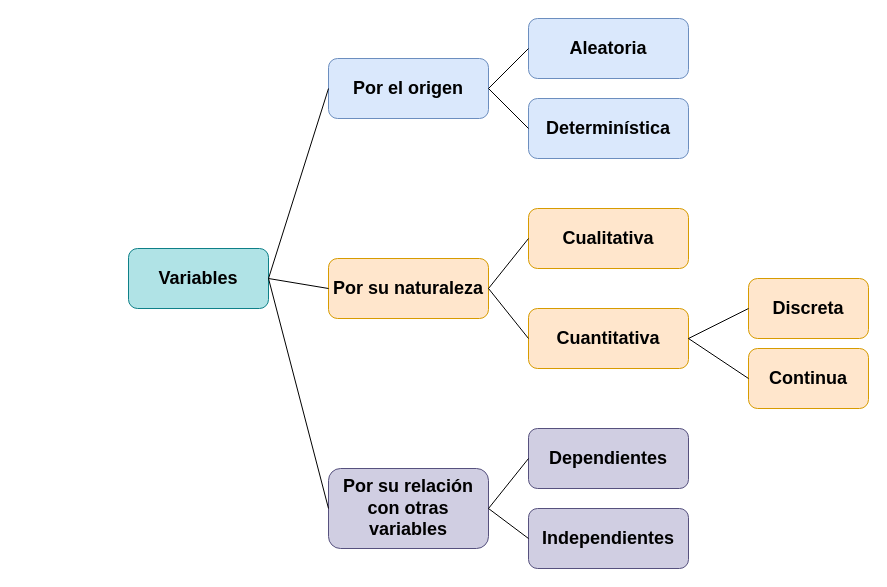
Earlier version of the draw.io diagram docs/img/variable1.drawio (dgonxalex80/metodosySIM1). Source tidied: cells renumbered, new cells numbered last; positions are measured from the earlier drawing's top-left corner, leaving out a move shared by most shapes. Both pictures are drawn from the tidied source at 100%, with x=0, y=0 at pixel (128, 18).
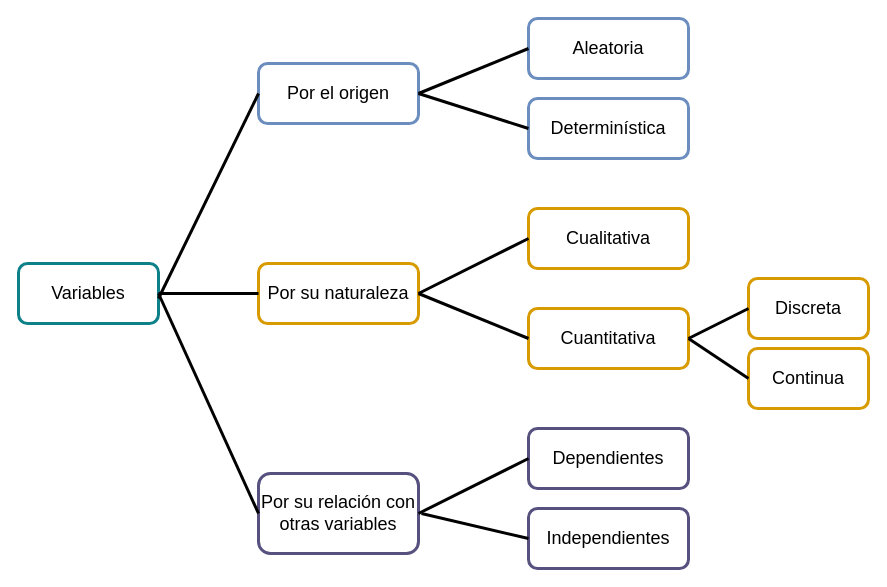
The same page after the edit.

What changed in the source:
```diff
@@
-    <mxCell id="2" value="&lt;b&gt;&lt;font style=&quot;font-size: 18px&quot;&gt;Variables&lt;/font&gt;&lt;/b&gt;" style="rounded=1;whiteSpace=wrap;html=1;labelBackgroundColor=none;fontFamily=Barlow SemiCondensed;fontSize=14;fillColor=#b0e3e6;strokeColor=#0e8088;" parent="1" vertex="1">
-      <mxGeometry y="230" width="140" height="60" as="geometry" />
+    <mxCell id="2" value="&lt;span&gt;&lt;font style=&quot;font-size: 18px&quot;&gt;Variables&lt;/font&gt;&lt;/span&gt;" style="rounded=1;whiteSpace=wrap;html=1;labelBackgroundColor=none;fontFamily=Helvetica;fontSize=14;fillColor=none;strokeColor=#0e8088;strokeWidth=3;fontStyle=0;" parent="1" vertex="1">
+      <mxGeometry x="-110" y="245" width="140" height="60" as="geometry" />
     </mxCell>
-    <mxCell id="3" value="&lt;font style=&quot;font-size: 18px&quot;&gt;&lt;b&gt;Por el origen&lt;/b&gt;&lt;/font&gt;" style="rounded=1;whiteSpace=wrap;html=1;labelBackgroundColor=none;fontFamily=Barlow SemiCondensed;fontSize=14;fillColor=#dae8fc;strokeColor=#6c8ebf;" parent="1" vertex="1">
-      <mxGeometry x="200" y="40" width="160" height="60" as="geometry" />
+    <mxCell id="3" value="&lt;font style=&quot;font-size: 18px&quot;&gt;&lt;span&gt;Por el origen&lt;/span&gt;&lt;/font&gt;" style="rounded=1;whiteSpace=wrap;html=1;labelBackgroundColor=none;fontFamily=Helvetica;fontSize=14;fillColor=none;strokeColor=#6c8ebf;strokeWidth=3;fontStyle=0;" parent="1" vertex="1">
+      <mxGeometry x="130" y="45" width="160" height="60" as="geometry" />
     </mxCell>
-    <mxCell id="4" value="&lt;b&gt;&lt;font style=&quot;font-size: 18px&quot;&gt;Aleatoria&lt;/font&gt;&lt;/b&gt;" style="rounded=1;whiteSpace=wrap;html=1;labelBackgroundColor=none;fontFamily=Barlow SemiCondensed;fontSize=14;fillColor=#dae8fc;strokeColor=#6c8ebf;" parent="1" vertex="1">
+    <mxCell id="4" value="&lt;span&gt;&lt;font style=&quot;font-size: 18px&quot;&gt;Aleatoria&lt;/font&gt;&lt;/span&gt;" style="rounded=1;whiteSpace=wrap;html=1;labelBackgroundColor=none;fontFamily=Helvetica;fontSize=14;fillColor=none;strokeColor=#6c8ebf;strokeWidth=3;fontStyle=0;" parent="1" vertex="1">
       <mxGeometry x="400" width="160" height="60" as="geometry" />
     </mxCell>
-    <mxCell id="5" value="Determinística" style="rounded=1;whiteSpace=wrap;html=1;labelBackgroundColor=none;fontFamily=Barlow SemiCondensed;fontSize=18;fillColor=#dae8fc;strokeColor=#6c8ebf;fontStyle=1;" parent="1" vertex="1">
+    <mxCell id="5" value="Determinística" style="rounded=1;whiteSpace=wrap;html=1;labelBackgroundColor=none;fontFamily=Helvetica;fontSize=18;fillColor=none;strokeColor=#6c8ebf;fontStyle=0;strokeWidth=3;" parent="1" vertex="1">
       <mxGeometry x="400" y="80" width="160" height="60" as="geometry" />
     </mxCell>
-    <mxCell id="6" value="&lt;font style=&quot;font-size: 18px&quot;&gt;&lt;b&gt;Por su naturaleza&lt;/b&gt;&lt;/font&gt;" style="rounded=1;whiteSpace=wrap;html=1;labelBackgroundColor=none;fontFamily=Barlow SemiCondensed;fontSize=14;fillColor=#ffe6cc;strokeColor=#d79b00;" parent="1" vertex="1">
-      <mxGeometry x="200" y="240" width="160" height="60" as="geometry" />
+    <mxCell id="6" value="&lt;font style=&quot;font-size: 18px&quot;&gt;&lt;span&gt;Por su naturaleza&lt;/span&gt;&lt;/font&gt;" style="rounded=1;whiteSpace=wrap;html=1;labelBackgroundColor=none;fontFamily=Helvetica;fontSize=14;fillColor=none;strokeColor=#d79b00;strokeWidth=3;fontStyle=0;" parent="1" vertex="1">
+      <mxGeometry x="130" y="245" width="160" height="60" as="geometry" />
     </mxCell>
-    <mxCell id="7" value="Cualitativa" style="rounded=1;whiteSpace=wrap;html=1;labelBackgroundColor=none;fontFamily=Barlow SemiCondensed;fontSize=18;fillColor=#ffe6cc;strokeColor=#d79b00;fontStyle=1;" parent="1" vertex="1">
+    <mxCell id="7" value="Cualitativa" style="rounded=1;whiteSpace=wrap;html=1;labelBackgroundColor=none;fontFamily=Helvetica;fontSize=18;fillColor=none;strokeColor=#d79b00;fontStyle=0;strokeWidth=3;" parent="1" vertex="1">
       <mxGeometry x="400" y="190" width="160" height="60" as="geometry" />
     </mxCell>
-    <mxCell id="8" value="Cuantitativa" style="rounded=1;whiteSpace=wrap;html=1;labelBackgroundColor=none;fontFamily=Barlow SemiCondensed;fontSize=18;fillColor=#ffe6cc;strokeColor=#d79b00;fontStyle=1;" parent="1" vertex="1">
+    <mxCell id="8" value="Cuantitativa" style="rounded=1;whiteSpace=wrap;html=1;labelBackgroundColor=none;fontFamily=Helvetica;fontSize=18;fillColor=none;strokeColor=#d79b00;fontStyle=0;strokeWidth=3;" parent="1" vertex="1">
       <mxGeometry x="400" y="290" width="160" height="60" as="geometry" />
     </mxCell>
-    <mxCell id="9" value="Discreta" style="rounded=1;whiteSpace=wrap;html=1;labelBackgroundColor=none;fontFamily=Barlow SemiCondensed;fontSize=18;fillColor=#ffe6cc;strokeColor=#d79b00;fontStyle=1;" parent="1" vertex="1">
+    <mxCell id="9" value="Discreta" style="rounded=1;whiteSpace=wrap;html=1;labelBackgroundColor=none;fontFamily=Helvetica;fontSize=18;fillColor=none;strokeColor=#d79b00;fontStyle=0;strokeWidth=3;" parent="1" vertex="1">
       <mxGeometry x="620" y="260" width="120" height="60" as="geometry" />
     </mxCell>
-    <mxCell id="10" value="Continua" style="rounded=1;whiteSpace=wrap;html=1;labelBackgroundColor=none;fontFamily=Barlow SemiCondensed;fontSize=18;fillColor=#ffe6cc;strokeColor=#d79b00;fontStyle=1;" parent="1" vertex="1">
+    <mxCell id="10" value="Continua" style="rounded=1;whiteSpace=wrap;html=1;labelBackgroundColor=none;fontFamily=Helvetica;fontSize=18;fillColor=none;strokeColor=#d79b00;fontStyle=0;strokeWidth=3;" parent="1" vertex="1">
       <mxGeometry x="620" y="330" width="120" height="60" as="geometry" />
     </mxCell>
-    <mxCell id="11" value="&lt;b&gt;&lt;font style=&quot;font-size: 18px&quot;&gt;Por su relación con otras variables&lt;/font&gt;&lt;/b&gt;" style="rounded=1;whiteSpace=wrap;html=1;labelBackgroundColor=none;fontFamily=Barlow SemiCondensed;fontSize=14;fillColor=#d0cee2;strokeColor=#56517e;" parent="1" vertex="1">
-      <mxGeometry x="200" y="450" width="160" height="80" as="geometry" />
+    <mxCell id="11" value="&lt;span&gt;&lt;font style=&quot;font-size: 18px&quot;&gt;Por su relación con otras variables&lt;/font&gt;&lt;/span&gt;" style="rounded=1;whiteSpace=wrap;html=1;labelBackgroundColor=none;fontFamily=Helvetica;fontSize=14;fillColor=none;strokeColor=#56517e;strokeWidth=3;fontStyle=0;" parent="1" vertex="1">
+      <mxGeometry x="130" y="455" width="160" height="80" as="geometry" />
     </mxCell>
-    <mxCell id="12" value="Dependientes" style="rounded=1;whiteSpace=wrap;html=1;labelBackgroundColor=none;fontFamily=Barlow SemiCondensed;fontSize=18;fillColor=#d0cee2;strokeColor=#56517e;fontStyle=1;" parent="1" vertex="1">
+    <mxCell id="12" value="Dependientes" style="rounded=1;whiteSpace=wrap;html=1;labelBackgroundColor=none;fontFamily=Helvetica;fontSize=18;fillColor=none;strokeColor=#56517e;fontStyle=0;strokeWidth=3;" parent="1" vertex="1">
       <mxGeometry x="400" y="410" width="160" height="60" as="geometry" />
     </mxCell>
-    <mxCell id="13" value="Independientes" style="rounded=1;whiteSpace=wrap;html=1;labelBackgroundColor=none;fontFamily=Barlow SemiCondensed;fontSize=18;fillColor=#d0cee2;strokeColor=#56517e;fontStyle=1;" parent="1" vertex="1">
+    <mxCell id="13" value="Independientes" style="rounded=1;whiteSpace=wrap;html=1;labelBackgroundColor=none;fontFamily=Helvetica;fontSize=18;fillColor=none;strokeColor=#56517e;fontStyle=0;strokeWidth=3;" parent="1" vertex="1">
       <mxGeometry x="400" y="490" width="160" height="60" as="geometry" />
     </mxCell>
-    <mxCell id="14" style="endArrow=none;html=1;fontFamily=Barlow SemiCondensed;fontSize=18;exitX=1;exitY=0.5;exitDx=0;exitDy=0;entryX=0;entryY=0.5;entryDx=0;entryDy=0;" parent="1" edge="1" source="2" target="11">
+    <mxCell id="14" style="endArrow=none;html=1;fontFamily=Helvetica;fontSize=18;exitX=1;exitY=0.5;exitDx=0;exitDy=0;entryX=0;entryY=0.5;entryDx=0;entryDy=0;strokeWidth=3;fontStyle=0;" parent="1" edge="1" source="2" target="11">
       <mxGeometry relative="1" as="geometry" />
     </mxCell>
-    <mxCell id="15" style="endArrow=none;html=1;fontFamily=Barlow SemiCondensed;fontSize=18;entryX=0;entryY=0.5;entryDx=0;entryDy=0;" parent="1" edge="1" target="6">
+    <mxCell id="15" style="endArrow=none;html=1;fontFamily=Helvetica;fontSize=18;entryX=0;entryY=0.5;entryDx=0;entryDy=0;strokeWidth=3;fontStyle=0;" parent="1" edge="1" target="6">
       <mxGeometry relative="1" as="geometry">
-        <mxPoint x="140" y="260" as="sourcePoint" />
+        <mxPoint x="30" y="275" as="sourcePoint" />
       </mxGeometry>
     </mxCell>
-    <mxCell id="16" style="endArrow=none;html=1;fontFamily=Barlow SemiCondensed;fontSize=18;entryX=0;entryY=0.5;entryDx=0;entryDy=0;" parent="1" edge="1" target="3">
+    <mxCell id="16" style="endArrow=none;html=1;fontFamily=Helvetica;fontSize=18;entryX=0;entryY=0.5;entryDx=0;entryDy=0;strokeWidth=3;fontStyle=0;" parent="1" edge="1" target="3">
       <mxGeometry relative="1" as="geometry">
-        <mxPoint x="140" y="260" as="sourcePoint" />
+        <mxPoint x="30" y="280" as="sourcePoint" />
       </mxGeometry>
     </mxCell>
-    <mxCell id="17" style="endArrow=none;html=1;fontFamily=Barlow SemiCondensed;fontSize=18;exitX=1;exitY=0.5;exitDx=0;exitDy=0;entryX=0;entryY=0.5;entryDx=0;entryDy=0;" parent="1" edge="1" source="11" target="12">
+    <mxCell id="17" style="endArrow=none;html=1;fontFamily=Helvetica;fontSize=18;exitX=1;exitY=0.5;exitDx=0;exitDy=0;entryX=0;entryY=0.5;entryDx=0;entryDy=0;strokeWidth=3;fontStyle=0;" parent="1" edge="1" source="11" target="12">
       <mxGeometry relative="1" as="geometry" />
     </mxCell>
-    <mxCell id="18" style="endArrow=none;html=1;fontFamily=Barlow SemiCondensed;fontSize=18;entryX=0;entryY=0.5;entryDx=0;entryDy=0;" parent="1" edge="1" target="13">
+    <mxCell id="18" style="endArrow=none;html=1;fontFamily=Helvetica;fontSize=18;entryX=0;entryY=0.5;entryDx=0;entryDy=0;strokeWidth=3;fontStyle=0;" parent="1" edge="1" target="13">
       <mxGeometry relative="1" as="geometry">
-        <mxPoint x="360" y="490" as="sourcePoint" />
+        <mxPoint x="293" y="495" as="sourcePoint" />
       </mxGeometry>
     </mxCell>
-    <mxCell id="19" style="endArrow=none;html=1;fontFamily=Barlow SemiCondensed;fontSize=18;exitX=1;exitY=0.5;exitDx=0;exitDy=0;entryX=0;entryY=0.5;entryDx=0;entryDy=0;" parent="1" edge="1" source="6" target="8">
+    <mxCell id="19" style="endArrow=none;html=1;fontFamily=Helvetica;fontSize=18;exitX=1;exitY=0.5;exitDx=0;exitDy=0;entryX=0;entryY=0.5;entryDx=0;entryDy=0;strokeWidth=3;fontStyle=0;" parent="1" edge="1" source="6" target="8">
       <mxGeometry relative="1" as="geometry" />
     </mxCell>
-    <mxCell id="20" style="endArrow=none;html=1;fontFamily=Barlow SemiCondensed;fontSize=18;entryX=0;entryY=0.5;entryDx=0;entryDy=0;" parent="1" edge="1" target="7">
-      <mxGeometry relative="1" as="geometry">
-        <mxPoint x="360" y="270" as="sourcePoint" />
-      </mxGeometry>
+    <mxCell id="20" style="endArrow=none;html=1;fontFamily=Helvetica;fontSize=18;entryX=0;entryY=0.5;entryDx=0;entryDy=0;strokeWidth=3;fontStyle=0;exitX=1;exitY=0.5;exitDx=0;exitDy=0;" parent="1" edge="1" source="6" target="7">
+      <mxGeometry relative="1" as="geometry" />
     </mxCell>
-    <mxCell id="21" style="endArrow=none;html=1;fontFamily=Barlow SemiCondensed;fontSize=18;exitX=1;exitY=0.5;exitDx=0;exitDy=0;entryX=0;entryY=0.5;entryDx=0;entryDy=0;" parent="1" edge="1" source="8" target="10">
+    <mxCell id="21" style="endArrow=none;html=1;fontFamily=Helvetica;fontSize=18;exitX=1;exitY=0.5;exitDx=0;exitDy=0;entryX=0;entryY=0.5;entryDx=0;entryDy=0;strokeWidth=3;fontStyle=0;" parent="1" edge="1" source="8" target="10">
       <mxGeometry relative="1" as="geometry" />
     </mxCell>
-    <mxCell id="22" style="endArrow=none;html=1;fontFamily=Barlow SemiCondensed;fontSize=18;entryX=1;entryY=0.5;entryDx=0;entryDy=0;exitX=0;exitY=0.5;exitDx=0;exitDy=0;" parent="1" edge="1" source="9" target="8">
+    <mxCell id="22" style="endArrow=none;html=1;fontFamily=Helvetica;fontSize=18;entryX=1;entryY=0.5;entryDx=0;entryDy=0;exitX=0;exitY=0.5;exitDx=0;exitDy=0;strokeWidth=3;fontStyle=0;" parent="1" edge="1" source="9" target="8">
       <mxGeometry relative="1" as="geometry" />
     </mxCell>
-    <mxCell id="23" style="endArrow=none;html=1;fontFamily=Barlow SemiCondensed;fontSize=18;exitX=1;exitY=0.5;exitDx=0;exitDy=0;entryX=0;entryY=0.5;entryDx=0;entryDy=0;" parent="1" edge="1" source="3" target="5">
+    <mxCell id="23" style="endArrow=none;html=1;fontFamily=Helvetica;fontSize=18;exitX=1;exitY=0.5;exitDx=0;exitDy=0;entryX=0;entryY=0.5;entryDx=0;entryDy=0;strokeWidth=3;fontStyle=0;" parent="1" edge="1" source="3" target="5">
       <mxGeometry relative="1" as="geometry" />
     </mxCell>
-    <mxCell id="24" style="endArrow=none;html=1;fontFamily=Barlow SemiCondensed;fontSize=18;exitX=1;exitY=0.5;exitDx=0;exitDy=0;entryX=0;entryY=0.5;entryDx=0;entryDy=0;" parent="1" edge="1" source="3" target="4">
+    <mxCell id="24" style="endArrow=none;html=1;fontFamily=Helvetica;fontSize=18;exitX=1;exitY=0.5;exitDx=0;exitDy=0;entryX=0;entryY=0.5;entryDx=0;entryDy=0;strokeWidth=3;fontStyle=0;" parent="1" edge="1" source="3" target="4">
       <mxGeometry relative="1" as="geometry" />
     </mxCell>
```
